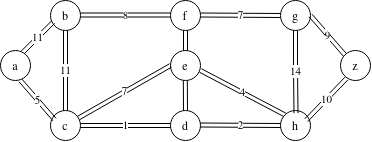
Before: distanceAlgorithms/graph.png, a diagram exported from draw.io (beppvis/DSA). Source tidied: cells renumbered, new cells last; positions are measured from the earlier drawing's top-left corner, leaving out a move shared by most shapes.
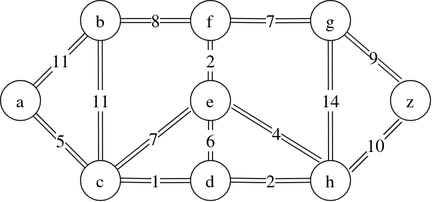
After the commit.

What changed in the source:
```diff
@@ -2,88 +2,95 @@
   <root>
     <mxCell id="0" />
     <mxCell id="1" parent="0" />
-    <mxCell id="2" value="1" style="edgeStyle=orthogonalEdgeStyle;rounded=0;jettySize=auto;html=1;entryX=0;entryY=0.5;entryDx=0;entryDy=0;shape=link;" parent="1" edge="1" source="3" target="13">
-      <mxGeometry relative="1" as="geometry" />
-    </mxCell>
+    <mxCell id="25" value="11" style="rounded=0;jettySize=auto;html=1;exitX=1;exitY=0;exitDx=0;exitDy=0;entryX=0;entryY=1;entryDx=0;entryDy=0;shape=link;fontSize=18;" parent="1" edge="1" source="4" target="6">
+      <mxGeometry relative="1" as="geometry" />
+    </mxCell>
+    <mxCell id="4" value="a" style="ellipse;whiteSpace=wrap;html=1;fontSize=18;" parent="1" vertex="1">
+      <mxGeometry x="100" y="90" width="40" height="40" as="geometry" />
+    </mxCell>
-    <mxCell id="3" value="c" style="ellipse;whiteSpace=wrap;html=1;" parent="1" vertex="1">
-      <mxGeometry x="50" y="110" width="30" height="30" as="geometry" />
+    <mxCell id="3" value="c" style="ellipse;whiteSpace=wrap;html=1;fontSize=18;" parent="1" vertex="1">
+      <mxGeometry x="180" y="170" width="40" height="40" as="geometry" />
     </mxCell>
-    <mxCell id="4" value="a" style="ellipse;whiteSpace=wrap;html=1;" parent="1" vertex="1">
-      <mxGeometry y="50" width="30" height="30" as="geometry" />
-    </mxCell>
-    <mxCell id="5" value="11" style="edgeStyle=orthogonalEdgeStyle;rounded=0;jettySize=auto;html=1;shape=link;" parent="1" edge="1" source="6" target="3">
-      <mxGeometry relative="1" as="geometry" />
-    </mxCell>
+    <mxCell id="14" value="8" style="edgeStyle=orthogonalEdgeStyle;rounded=0;jettySize=auto;html=1;exitX=1;exitY=0.5;exitDx=0;exitDy=0;shape=link;fontSize=18;" parent="1" edge="1" source="6" target="12">
+      <mxGeometry relative="1" as="geometry" />
+    </mxCell>
-    <mxCell id="6" value="b" style="ellipse;whiteSpace=wrap;html=1;" parent="1" vertex="1">
-      <mxGeometry x="50" width="30" height="30" as="geometry" />
+    <mxCell id="6" value="b" style="ellipse;whiteSpace=wrap;html=1;fontSize=18;" parent="1" vertex="1">
+      <mxGeometry x="180" y="10" width="40" height="40" as="geometry" />
     </mxCell>
-    <mxCell id="7" value="h" style="ellipse;whiteSpace=wrap;html=1;" parent="1" vertex="1">
-      <mxGeometry x="280" y="110" width="30" height="30" as="geometry" />
-    </mxCell>
-    <mxCell id="8" value="z" style="ellipse;whiteSpace=wrap;html=1;" parent="1" vertex="1">
-      <mxGeometry x="340" y="50" width="30" height="30" as="geometry" />
-    </mxCell>
-    <mxCell id="9" value="g" style="ellipse;whiteSpace=wrap;html=1;" parent="1" vertex="1">
-      <mxGeometry x="280" width="30" height="30" as="geometry" />
-    </mxCell>
-    <mxCell id="10" style="rounded=0;jettySize=auto;html=1;shape=link;" parent="1" edge="1" source="11" target="12">
-      <mxGeometry relative="1" as="geometry" />
-    </mxCell>
+    <mxCell id="20" value="5" style="rounded=0;jettySize=auto;html=1;exitX=0;exitY=0;exitDx=0;exitDy=0;entryX=1;entryY=1;entryDx=0;entryDy=0;shape=link;fontSize=18;" parent="1" edge="1" source="3" target="4">
+      <mxGeometry relative="1" as="geometry" />
+    </mxCell>
-    <mxCell id="11" value="e" style="ellipse;whiteSpace=wrap;html=1;" parent="1" vertex="1">
-      <mxGeometry x="170" y="50" width="30" height="30" as="geometry" />
+    <mxCell id="11" value="e" style="ellipse;whiteSpace=wrap;html=1;fontSize=18;" parent="1" vertex="1">
+      <mxGeometry x="290" y="90" width="40" height="40" as="geometry" />
     </mxCell>
-    <mxCell id="12" value="f" style="ellipse;whiteSpace=wrap;html=1;" parent="1" vertex="1">
-      <mxGeometry x="170" width="30" height="30" as="geometry" />
+    <mxCell id="12" value="f" style="ellipse;whiteSpace=wrap;html=1;fontSize=18;" parent="1" vertex="1">
+      <mxGeometry x="290" y="10" width="40" height="40" as="geometry" />
     </mxCell>
-    <mxCell id="13" value="d" style="ellipse;whiteSpace=wrap;html=1;" parent="1" vertex="1">
-      <mxGeometry x="170" y="110" width="30" height="30" as="geometry" />
+    <mxCell id="13" value="d" style="ellipse;whiteSpace=wrap;html=1;fontSize=18;" parent="1" vertex="1">
+      <mxGeometry x="290" y="170" width="40" height="40" as="geometry" />
     </mxCell>
-    <mxCell id="14" value="8" style="edgeStyle=orthogonalEdgeStyle;rounded=0;orthogonalLoop=1;jettySize=auto;html=1;entryX=0;entryY=0.5;entryDx=0;entryDy=0;shape=link;" parent="1" edge="1">
-      <mxGeometry relative="1" as="geometry">
-        <mxPoint x="80" y="14.5" as="sourcePoint" />
-        <mxPoint x="170" y="14.5" as="targetPoint" />
-      </mxGeometry>
-    </mxCell>
-    <mxCell id="15" value="2" style="edgeStyle=orthogonalEdgeStyle;rounded=0;jettySize=auto;html=1;entryX=0;entryY=0.5;entryDx=0;entryDy=0;shape=link;" parent="1" edge="1" target="7">
-      <mxGeometry relative="1" as="geometry">
-        <mxPoint x="200" y="124.5" as="sourcePoint" />
-      </mxGeometry>
-    </mxCell>
-    <mxCell id="16" value="7" style="edgeStyle=orthogonalEdgeStyle;rounded=0;jettySize=auto;html=1;entryX=0;entryY=0.5;entryDx=0;entryDy=0;shape=link;" parent="1" edge="1" target="9">
-      <mxGeometry relative="1" as="geometry">
-        <mxPoint x="200" y="14.5" as="sourcePoint" />
-      </mxGeometry>
-    </mxCell>
+    <mxCell id="8" value="z" style="ellipse;whiteSpace=wrap;html=1;fontSize=18;" parent="1" vertex="1">
+      <mxGeometry x="490" y="90" width="40" height="40" as="geometry" />
+    </mxCell>
+    <mxCell id="9" value="g" style="ellipse;whiteSpace=wrap;html=1;fontSize=18;" parent="1" vertex="1">
+      <mxGeometry x="410" y="10" width="40" height="40" as="geometry" />
+    </mxCell>
+    <mxCell id="7" value="h" style="ellipse;whiteSpace=wrap;html=1;fontSize=18;" parent="1" vertex="1">
+      <mxGeometry x="410" y="170" width="40" height="40" as="geometry" />
+    </mxCell>
+    <mxCell id="26" value="7" style="edgeStyle=orthogonalEdgeStyle;rounded=0;jettySize=auto;html=1;exitX=1;exitY=0.5;exitDx=0;exitDy=0;shape=link;entryX=0;entryY=0.5;entryDx=0;entryDy=0;fontSize=18;" parent="1" edge="1" target="9">
+      <mxGeometry relative="1" as="geometry">
+        <mxPoint x="330" y="29.8" as="sourcePoint" />
+      </mxGeometry>
+    </mxCell>
+    <mxCell id="27" value="2" style="edgeStyle=orthogonalEdgeStyle;rounded=0;orthogonalLoop=1;jettySize=auto;html=1;exitX=1;exitY=0.5;exitDx=0;exitDy=0;shape=link;entryX=0;entryY=0.5;entryDx=0;entryDy=0;fontSize=18;" parent="1" edge="1">
+      <mxGeometry relative="1" as="geometry">
+        <mxPoint x="330" y="189.6" as="sourcePoint" />
+        <mxPoint x="410" y="189.9" as="targetPoint" />
+      </mxGeometry>
+    </mxCell>
+    <mxCell id="2" value="1" style="edgeStyle=orthogonalEdgeStyle;rounded=0;orthogonalLoop=1;jettySize=auto;html=1;exitX=1;exitY=0.5;exitDx=0;exitDy=0;shape=link;fontSize=18;" parent="1" edge="1">
+      <mxGeometry relative="1" as="geometry">
+        <mxPoint x="220" y="189.6" as="sourcePoint" />
+        <mxPoint x="290" y="190" as="targetPoint" />
+      </mxGeometry>
+    </mxCell>
+    <mxCell id="22" value="10" style="rounded=0;orthogonalLoop=1;jettySize=auto;html=1;shape=link;fontSize=18;" parent="1" edge="1">
+      <mxGeometry relative="1" as="geometry">
+        <mxPoint x="450" y="180" as="sourcePoint" />
+        <mxPoint x="500" y="130" as="targetPoint" />
+      </mxGeometry>
+    </mxCell>
+    <mxCell id="19" value="9" style="rounded=0;jettySize=auto;html=1;exitX=0.25;exitY=0;exitDx=0;exitDy=0;shape=link;exitPerimeter=0;fontSize=18;" parent="1" edge="1" source="8" target="9">
+      <mxGeometry relative="1" as="geometry" />
+    </mxCell>
+    <mxCell id="28" value="6" style="rounded=0;jettySize=auto;html=1;exitX=1;exitY=0.5;exitDx=0;exitDy=0;shape=link;entryX=0.5;entryY=0;entryDx=0;entryDy=0;fontSize=18;" parent="1" edge="1" target="13">
+      <mxGeometry relative="1" as="geometry">
+        <mxPoint x="310" y="130" as="sourcePoint" />
+      </mxGeometry>
+    </mxCell>
+    <mxCell id="29" value="2" style="rounded=0;orthogonalLoop=1;jettySize=auto;html=1;exitX=1;exitY=0.5;exitDx=0;exitDy=0;shape=link;entryX=0.5;entryY=0;entryDx=0;entryDy=0;fontSize=18;" parent="1" edge="1">
+      <mxGeometry relative="1" as="geometry">
+        <mxPoint x="309.8" y="50" as="sourcePoint" />
+        <mxPoint x="309.8" y="90" as="targetPoint" />
+      </mxGeometry>
+    </mxCell>
+    <mxCell id="18" value="7" style="rounded=0;jettySize=auto;html=1;exitX=-0.019;exitY=0.72;exitDx=0;exitDy=0;shape=link;exitPerimeter=0;fontSize=18;" parent="1" edge="1" source="11" target="3">
+      <mxGeometry relative="1" as="geometry" />
+    </mxCell>
-    <mxCell id="17" value="4" style="rounded=0;jettySize=auto;html=1;entryX=0;entryY=0;entryDx=0;entryDy=0;shape=link;" parent="1" edge="1" target="7">
-      <mxGeometry relative="1" as="geometry">
-        <mxPoint x="200" y="70" as="sourcePoint" />
-      </mxGeometry>
+    <mxCell id="17" value="4" style="rounded=0;jettySize=auto;html=1;exitX=0.25;exitY=0;exitDx=0;exitDy=0;shape=link;entryX=1.046;entryY=0.64;entryDx=0;entryDy=0;exitPerimeter=0;entryPerimeter=0;fontSize=18;" parent="1" edge="1" source="7" target="11">
+      <mxGeometry relative="1" as="geometry" />
     </mxCell>
-    <mxCell id="18" value="7" style="rounded=0;jettySize=auto;html=1;shape=link;exitX=0;exitY=0.5;exitDx=0;exitDy=0;" parent="1" edge="1" source="11" target="3">
-      <mxGeometry relative="1" as="geometry" />
-    </mxCell>
-    <mxCell id="19" value="9" style="rounded=0;jettySize=auto;html=1;entryX=0;entryY=0;entryDx=0;entryDy=0;shape=link;exitX=1;exitY=0.5;exitDx=0;exitDy=0;" parent="1" edge="1" source="9" target="8">
-      <mxGeometry relative="1" as="geometry" />
-    </mxCell>
-    <mxCell id="20" value="5" style="rounded=0;orthogonalLoop=1;jettySize=auto;html=1;entryX=0;entryY=0;entryDx=0;entryDy=0;shape=link;exitX=1;exitY=0.5;exitDx=0;exitDy=0;" parent="1" edge="1">
-      <mxGeometry relative="1" as="geometry">
-        <mxPoint x="20" y="80" as="sourcePoint" />
-        <mxPoint x="54" y="119" as="targetPoint" />
-      </mxGeometry>
-    </mxCell>
-    <mxCell id="21" value="11" style="rounded=0;jettySize=auto;html=1;entryX=0.739;entryY=0.066;entryDx=0;entryDy=0;shape=link;exitX=0.095;exitY=0.716;exitDx=0;exitDy=0;entryPerimeter=0;exitPerimeter=0;" parent="1" edge="1" source="6" target="4">
-      <mxGeometry relative="1" as="geometry" />
-    </mxCell>
-    <mxCell id="22" value="10" style="rounded=0;jettySize=auto;html=1;entryX=0.859;entryY=0.323;entryDx=0;entryDy=0;shape=link;exitX=0.199;exitY=0.933;exitDx=0;exitDy=0;entryPerimeter=0;exitPerimeter=0;" parent="1" edge="1" source="8" target="7">
-      <mxGeometry relative="1" as="geometry" />
-    </mxCell>
-    <mxCell id="23" style="rounded=0;jettySize=auto;html=1;shape=link;" parent="1" edge="1" source="13">
-      <mxGeometry relative="1" as="geometry">
-        <mxPoint x="184.8" y="80" as="targetPoint" />
-      </mxGeometry>
-    </mxCell>
+    <mxCell id="30" value="11" style="rounded=0;jettySize=auto;html=1;exitX=1;exitY=0.5;exitDx=0;exitDy=0;shape=link;entryX=0.5;entryY=0;entryDx=0;entryDy=0;fontSize=18;" parent="1" edge="1" target="3">
+      <mxGeometry relative="1" as="geometry">
+        <mxPoint x="199.8" y="50" as="sourcePoint" />
+      </mxGeometry>
+    </mxCell>
-    <mxCell id="24" value="14" style="edgeStyle=orthogonalEdgeStyle;rounded=0;jettySize=auto;html=1;entryX=0.517;entryY=0.09;entryDx=0;entryDy=0;entryPerimeter=0;shape=link;" parent="1" edge="1" source="9" target="7">
-      <mxGeometry relative="1" as="geometry" />
+    <mxCell id="24" value="14" style="rounded=0;orthogonalLoop=1;jettySize=auto;html=1;exitX=1;exitY=0.5;exitDx=0;exitDy=0;shape=link;entryX=0.5;entryY=0;entryDx=0;entryDy=0;fontSize=18;" parent="1" edge="1">
+      <mxGeometry relative="1" as="geometry">
+        <mxPoint x="429.8" y="50" as="sourcePoint" />
+        <mxPoint x="430" y="170" as="targetPoint" />
+      </mxGeometry>
     </mxCell>
   </root>
 </mxGraphModel>
```
